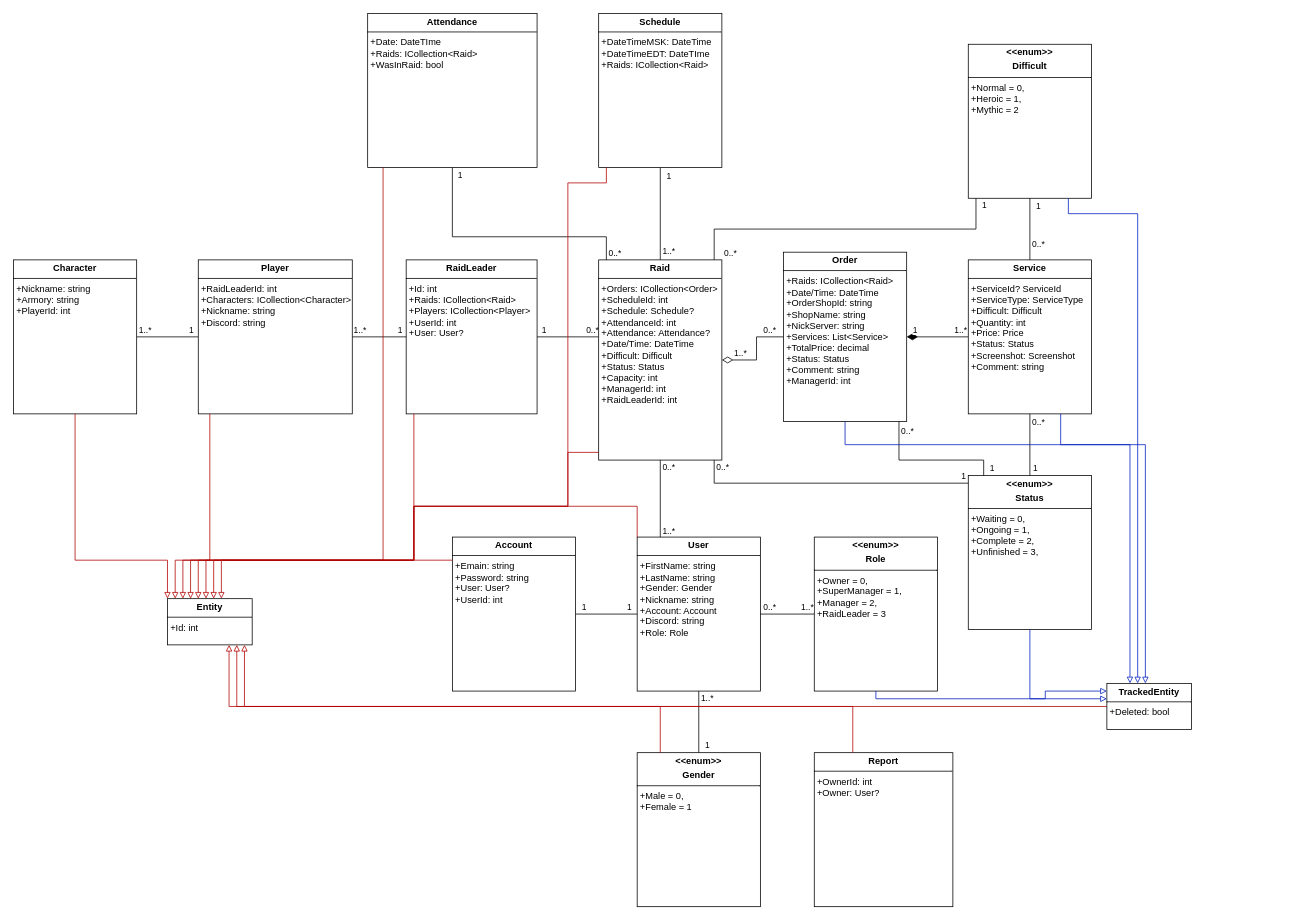
Above: CRM_diagram/CRM UML Class diagram.drawio in Squeezy93/CustomCRM (draw.io), before the change. Source tidied: cells renumbered, new cells numbered last; positions are measured from the earlier drawing's top-left corner, leaving out a move shared by most shapes. Both pictures are drawn from the tidied source at 77%, with x=0, y=0 at pixel (13, 13).
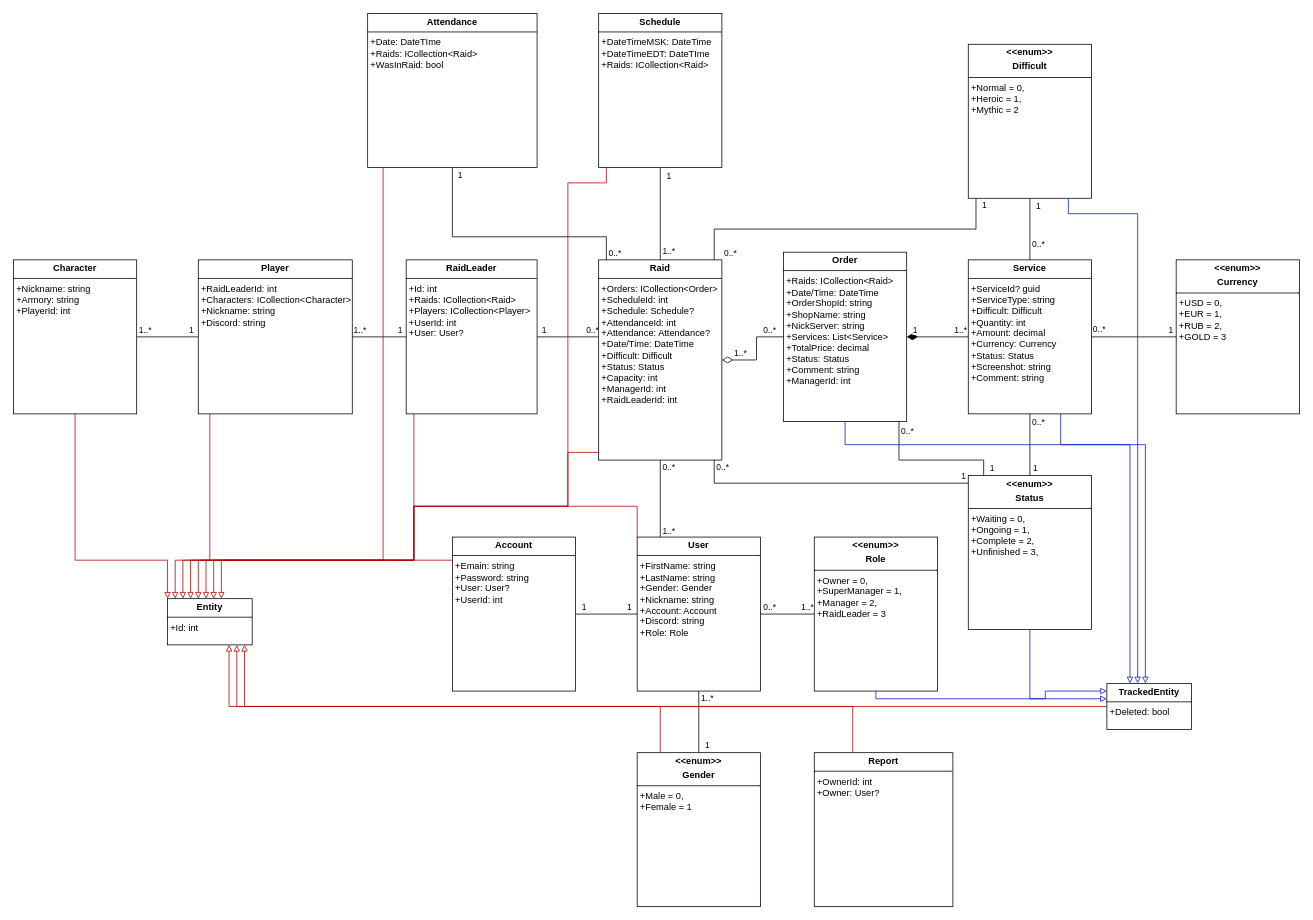
Above is the later version.

The edit, as a diff of the source:
```diff
@@
-    <mxCell id="9" value="&lt;p style=&quot;margin:0px;margin-top:4px;text-align:center;&quot;&gt;&lt;b&gt;Service&lt;/b&gt;&lt;/p&gt;&lt;hr size=&quot;1&quot; style=&quot;border-style:solid;&quot;&gt;&lt;p style=&quot;margin:0px;margin-left:4px;&quot;&gt;+ServiceId? ServiceId&lt;/p&gt;&lt;p style=&quot;margin:0px;margin-left:4px;&quot;&gt;+ServiceType: ServiceType&lt;/p&gt;&lt;p style=&quot;margin:0px;margin-left:4px;&quot;&gt;+Difficult: Difficult&lt;/p&gt;&lt;p style=&quot;margin:0px;margin-left:4px;&quot;&gt;+Quantity: int&lt;/p&gt;&lt;p style=&quot;margin:0px;margin-left:4px;&quot;&gt;+Price: Price&lt;br&gt;+Status: Status&lt;/p&gt;&lt;p style=&quot;margin:0px;margin-left:4px;&quot;&gt;+Screenshot: Screenshot&lt;br&gt;&lt;/p&gt;&lt;p style=&quot;margin:0px;margin-left:4px;&quot;&gt;+Comment: string&lt;/p&gt;&lt;p style=&quot;margin:0px;margin-left:4px;&quot;&gt;&lt;br&gt;&lt;/p&gt;&lt;p style=&quot;margin:0px;margin-left:4px;&quot;&gt;&lt;br&gt;&lt;/p&gt;" style="verticalAlign=top;align=left;overflow=fill;html=1;whiteSpace=wrap;" parent="1" vertex="1">
+    <mxCell id="9" value="&lt;p style=&quot;margin:0px;margin-top:4px;text-align:center;&quot;&gt;&lt;b&gt;Service&lt;/b&gt;&lt;/p&gt;&lt;hr size=&quot;1&quot; style=&quot;border-style:solid;&quot;&gt;&lt;p style=&quot;margin:0px;margin-left:4px;&quot;&gt;+ServiceId? guid&lt;/p&gt;&lt;p style=&quot;margin:0px;margin-left:4px;&quot;&gt;+ServiceType: string&lt;/p&gt;&lt;p style=&quot;margin:0px;margin-left:4px;&quot;&gt;+Difficult: Difficult&lt;/p&gt;&lt;p style=&quot;margin:0px;margin-left:4px;&quot;&gt;+Quantity: int&lt;/p&gt;&lt;p style=&quot;margin:0px;margin-left:4px;&quot;&gt;+Amount: decimal&lt;/p&gt;&lt;p style=&quot;margin:0px;margin-left:4px;&quot;&gt;+Currency: Currency&lt;br&gt;+Status: Status&lt;/p&gt;&lt;p style=&quot;margin:0px;margin-left:4px;&quot;&gt;+Screenshot: string&lt;br&gt;&lt;/p&gt;&lt;p style=&quot;margin:0px;margin-left:4px;&quot;&gt;+Comment: string&lt;/p&gt;&lt;p style=&quot;margin:0px;margin-left:4px;&quot;&gt;&lt;br&gt;&lt;/p&gt;&lt;p style=&quot;margin:0px;margin-left:4px;&quot;&gt;&lt;br&gt;&lt;/p&gt;" style="verticalAlign=top;align=left;overflow=fill;html=1;whiteSpace=wrap;" parent="1" vertex="1">
       <mxGeometry x="1240" y="320" width="160" height="200" as="geometry" />
     </mxCell>
@@
+    <mxCell id="82" value="&lt;p style=&quot;margin:0px;margin-top:4px;text-align:center;&quot;&gt;&lt;b&gt;&amp;lt;&amp;lt;enum&amp;gt;&amp;gt;&lt;/b&gt;&lt;/p&gt;&lt;p style=&quot;margin:0px;margin-top:4px;text-align:center;&quot;&gt;&lt;b&gt;Currency&lt;/b&gt;&lt;/p&gt;&lt;hr size=&quot;1&quot; style=&quot;border-style:solid;&quot;&gt;&lt;p style=&quot;margin:0px;margin-left:4px;&quot;&gt;+USD = 0,&lt;/p&gt;&lt;p style=&quot;margin:0px;margin-left:4px;&quot;&gt;+EUR = 1,&lt;/p&gt;&lt;p style=&quot;margin:0px;margin-left:4px;&quot;&gt;+RUB = 2,&lt;/p&gt;&lt;p style=&quot;margin:0px;margin-left:4px;&quot;&gt;+GOLD = 3&lt;/p&gt;&lt;p style=&quot;margin:0px;margin-left:4px;&quot;&gt;&lt;br&gt;&lt;/p&gt;" style="verticalAlign=top;align=left;overflow=fill;html=1;whiteSpace=wrap;" parent="1" vertex="1">
+      <mxGeometry x="1510" y="320" width="160" height="200" as="geometry" />
+    </mxCell>
+    <mxCell id="83" style="endArrow=none;html=1;rounded=0;startArrow=none;startFill=0;endSize=6;startSize=12;" parent="1" edge="1" source="9" target="82">
+      <mxGeometry relative="1" as="geometry" />
+    </mxCell>
+    <mxCell id="84" value="0..*" style="edgeLabel;html=1;align=center;verticalAlign=middle;" parent="83" vertex="1">
+      <mxGeometry x="-0.76" relative="1" as="geometry">
+        <mxPoint x="-4" y="-11" as="offset" />
+      </mxGeometry>
+    </mxCell>
+    <mxCell id="85" value="1" style="edgeLabel;html=1;align=center;verticalAlign=middle;" parent="83" vertex="1">
+      <mxGeometry x="0.58" y="-2" relative="1" as="geometry">
+        <mxPoint x="15" y="-12" as="offset" />
+      </mxGeometry>
+    </mxCell>
```
